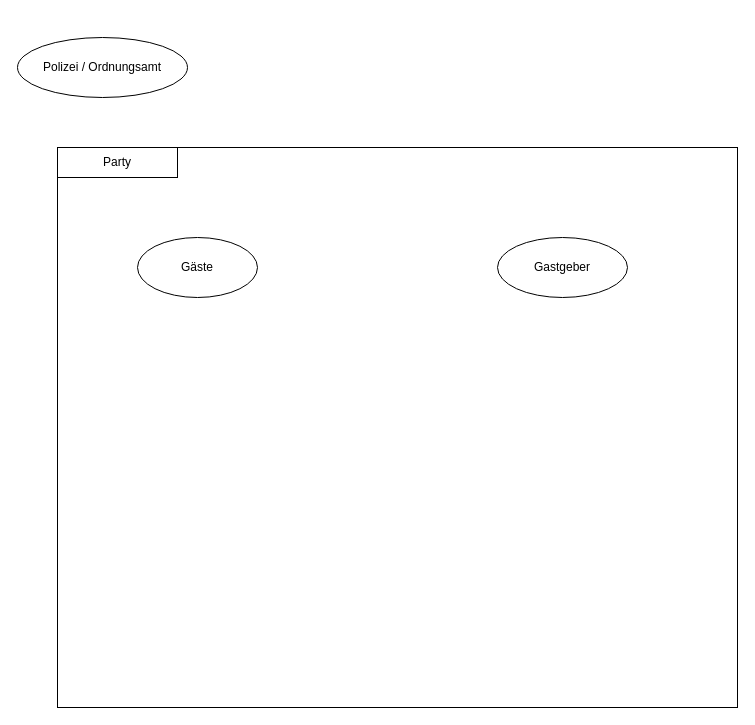
Before: 06-09 Anwendungsfalldiagramm und Aktivitätsdiagramm/Aufgabe06/Aufgabe06.drawio in R4Tobi/modellierung, a draw.io diagram. Source tidied: cells renumbered, new cells numbered last; positions are measured from the earlier drawing's top-left corner, leaving out a move shared by most shapes. Both pictures are drawn from the tidied source at 100%, with x=0, y=0 at pixel (17, 37).
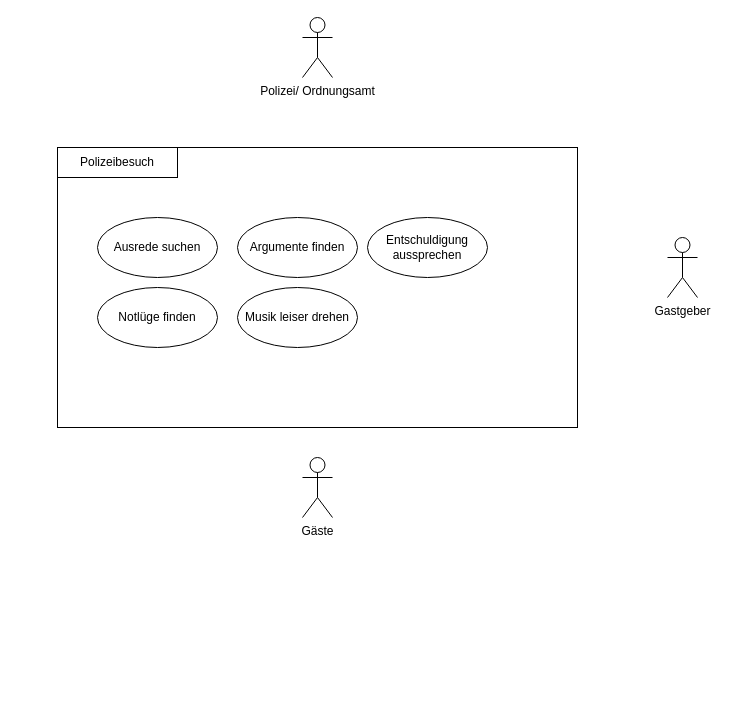
The same page after the edit.

The edit, as a diff of the source:
```diff
@@
 <mxGraphModel>
   <root>
     <mxCell id="0" />
     <mxCell id="1" parent="0" />
     <mxCell id="2" style="rounded=0;whiteSpace=wrap;html=1;" parent="1" vertex="1">
-      <mxGeometry x="40" y="110" width="680" height="560" as="geometry" />
+      <mxGeometry x="40" y="110" width="520" height="280" as="geometry" />
     </mxCell>
-    <mxCell id="3" value="Party" style="rounded=0;whiteSpace=wrap;html=1;" parent="1" vertex="1">
+    <mxCell id="3" value="Polizeibesuch" style="rounded=0;whiteSpace=wrap;html=1;" parent="1" vertex="1">
       <mxGeometry x="40" y="110" width="120" height="30" as="geometry" />
     </mxCell>
-    <mxCell id="4" value="Polizei / Ordnungsamt" style="ellipse;whiteSpace=wrap;html=1;" parent="1" vertex="1">
-      <mxGeometry width="170" height="60" as="geometry" />
-    </mxCell>
+    <mxCell id="7" value="Polizei/ Ordnungsamt" style="shape=umlActor;verticalLabelPosition=bottom;verticalAlign=top;html=1;" parent="1" vertex="1">
+      <mxGeometry x="285" y="-20" width="30" height="60" as="geometry" />
+    </mxCell>
-    <mxCell id="5" value="Gastgeber" style="ellipse;whiteSpace=wrap;html=1;" parent="1" vertex="1">
-      <mxGeometry x="480" y="200" width="130" height="60" as="geometry" />
+    <mxCell id="5" value="Gastgeber" style="shape=umlActor;verticalLabelPosition=bottom;verticalAlign=top;html=1;" parent="1" vertex="1">
+      <mxGeometry x="650" y="200" width="30" height="60" as="geometry" />
     </mxCell>
-    <mxCell id="6" value="Gäste" style="ellipse;whiteSpace=wrap;html=1;" parent="1" vertex="1">
-      <mxGeometry x="120" y="200" width="120" height="60" as="geometry" />
+    <mxCell id="6" value="Gäste" style="shape=umlActor;verticalLabelPosition=bottom;verticalAlign=top;html=1;" parent="1" vertex="1">
+      <mxGeometry x="285" y="420" width="30" height="60" as="geometry" />
     </mxCell>
+    <mxCell id="8" value="Ausrede suchen" style="ellipse;whiteSpace=wrap;html=1;" parent="1" vertex="1">
+      <mxGeometry x="80" y="180" width="120" height="60" as="geometry" />
+    </mxCell>
+    <mxCell id="9" value="Notlüge finden" style="ellipse;whiteSpace=wrap;html=1;" parent="1" vertex="1">
+      <mxGeometry x="80" y="250" width="120" height="60" as="geometry" />
+    </mxCell>
+    <mxCell id="10" value="Argumente finden" style="ellipse;whiteSpace=wrap;html=1;" parent="1" vertex="1">
+      <mxGeometry x="220" y="180" width="120" height="60" as="geometry" />
+    </mxCell>
+    <mxCell id="11" value="Musik leiser drehen" style="ellipse;whiteSpace=wrap;html=1;" parent="1" vertex="1">
+      <mxGeometry x="220" y="250" width="120" height="60" as="geometry" />
+    </mxCell>
+    <mxCell id="12" value="Entschuldigung aussprechen" style="ellipse;whiteSpace=wrap;html=1;" parent="1" vertex="1">
+      <mxGeometry x="350" y="180" width="120" height="60" as="geometry" />
+    </mxCell>
   </root>
 </mxGraphModel>
```
